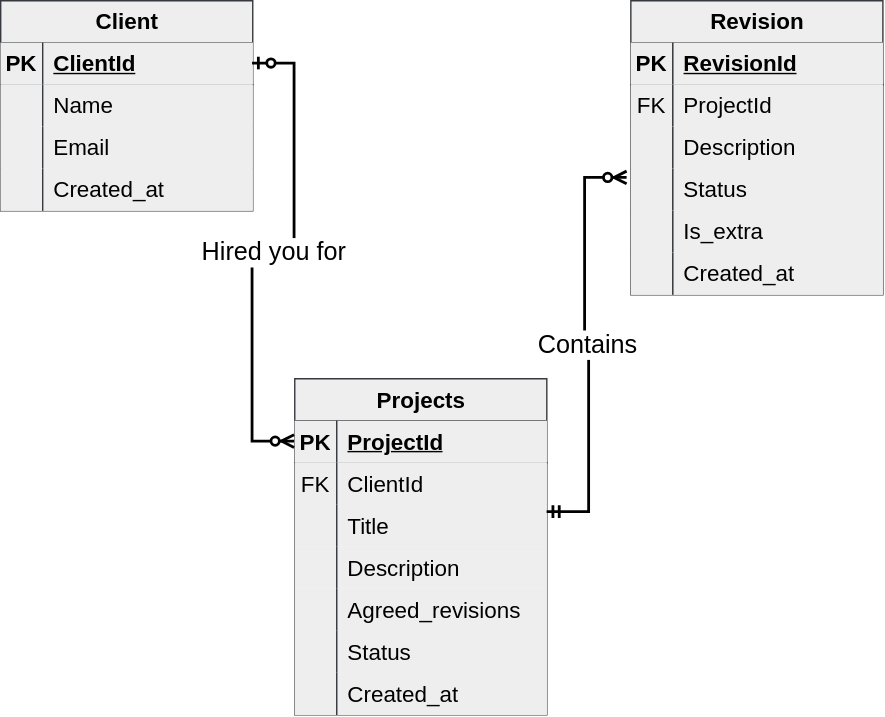
Earlier version of the draw.io export docs/erd.svg (maj-alero/revision-track). Source tidied: cells renumbered, new cells last; positions are measured from the earlier drawing's top-left corner, leaving out a move shared by most shapes.
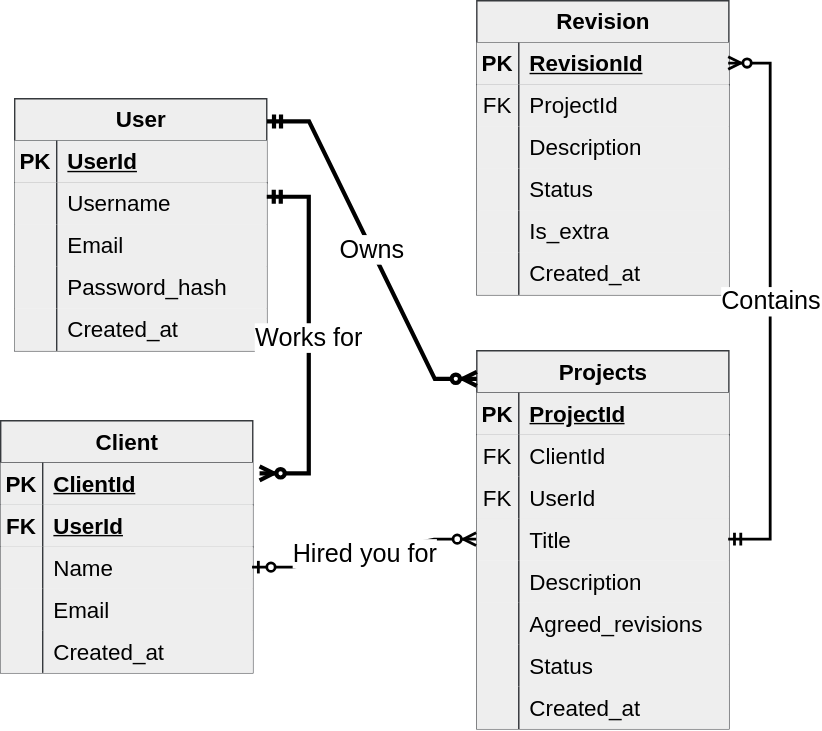
After the commit.

Change to the diagram source:
```diff
@@ -3,7 +3,7 @@
     <mxCell id="0" />
     <mxCell id="1" parent="0" />
     <mxCell id="2" value="Client" style="shape=table;startSize=30;rowLines=0;fontStyle=1;align=center;html=1;fontSize=16;fillColor=#eeeeee;strokeColor=#36393d;" parent="1" vertex="1">
-      <mxGeometry width="180" height="150" as="geometry" />
+      <mxGeometry x="-140" y="270" width="180" height="180" as="geometry" />
     </mxCell>
     <mxCell id="3" style="shape=tableRow;horizontal=0;startSize=0;swimlaneHead=0;swimlaneBody=0;fillColor=#eeeeee;points=[[0,0.5],[1,0.5]];portConstraint=eastwest;top=0;left=0;right=0;bottom=1;fontSize=16;strokeColor=#36393d;" parent="2" vertex="1">
       <mxGeometry y="30" width="180" height="30" as="geometry" />
@@ -14,8 +14,17 @@
     <mxCell id="5" value="ClientId" style="shape=partialRectangle;fillColor=#eeeeee;top=0;left=0;bottom=0;right=0;align=left;spacingLeft=6;fontStyle=5;overflow=hidden;whiteSpace=wrap;html=1;fontSize=16;strokeColor=#36393d;" parent="3" vertex="1">
       <mxGeometry x="30" width="150" height="30" as="geometry" />
     </mxCell>
+    <mxCell id="58" style="shape=tableRow;horizontal=0;startSize=0;swimlaneHead=0;swimlaneBody=0;fillColor=#eeeeee;top=0;left=0;right=0;bottom=1;fontSize=16;strokeColor=#36393d;" parent="2" vertex="1">
+      <mxGeometry y="60" width="180" height="30" as="geometry" />
+    </mxCell>
+    <mxCell id="59" value="FK" style="shape=partialRectangle;fillColor=#eeeeee;top=0;left=0;bottom=0;right=0;fontStyle=1;overflow=hidden;whiteSpace=wrap;html=1;fontSize=16;strokeColor=#36393d;" parent="58" vertex="1">
+      <mxGeometry width="30" height="30" as="geometry" />
+    </mxCell>
+    <mxCell id="60" value="UserId" style="shape=partialRectangle;fillColor=#eeeeee;top=0;left=0;bottom=0;right=0;align=left;spacingLeft=6;fontStyle=5;overflow=hidden;whiteSpace=wrap;html=1;fontSize=16;strokeColor=#36393d;" parent="58" vertex="1">
+      <mxGeometry x="30" width="150" height="30" as="geometry" />
+    </mxCell>
     <mxCell id="6" style="shape=tableRow;horizontal=0;startSize=0;swimlaneHead=0;swimlaneBody=0;fillColor=#eeeeee;points=[[0,0.5],[1,0.5]];portConstraint=eastwest;top=0;left=0;right=0;bottom=0;fontSize=16;strokeColor=#36393d;" parent="2" vertex="1">
-      <mxGeometry y="60" width="180" height="30" as="geometry" />
+      <mxGeometry y="90" width="180" height="30" as="geometry" />
     </mxCell>
     <mxCell id="7" style="shape=partialRectangle;fillColor=#eeeeee;top=0;left=0;bottom=0;right=0;overflow=hidden;whiteSpace=wrap;html=1;fontSize=16;strokeColor=#36393d;" parent="6" vertex="1">
       <mxGeometry width="30" height="30" as="geometry" />
@@ -24,7 +33,7 @@
       <mxGeometry x="30" width="150" height="30" as="geometry" />
     </mxCell>
     <mxCell id="9" style="shape=tableRow;horizontal=0;startSize=0;swimlaneHead=0;swimlaneBody=0;fillColor=#eeeeee;top=0;left=0;right=0;bottom=0;fontSize=16;strokeColor=#36393d;" parent="2" vertex="1">
-      <mxGeometry y="90" width="180" height="30" as="geometry" />
+      <mxGeometry y="120" width="180" height="30" as="geometry" />
     </mxCell>
     <mxCell id="10" style="shape=partialRectangle;fillColor=#eeeeee;top=0;left=0;bottom=0;right=0;overflow=hidden;whiteSpace=wrap;html=1;fontSize=16;strokeColor=#36393d;" parent="9" vertex="1">
       <mxGeometry width="30" height="30" as="geometry" />
@@ -33,7 +42,7 @@
       <mxGeometry x="30" width="150" height="30" as="geometry" />
     </mxCell>
     <mxCell id="12" style="shape=tableRow;horizontal=0;startSize=0;swimlaneHead=0;swimlaneBody=0;fillColor=#eeeeee;top=0;left=0;right=0;bottom=0;fontSize=16;strokeColor=#36393d;" parent="2" vertex="1">
-      <mxGeometry y="120" width="180" height="30" as="geometry" />
+      <mxGeometry y="150" width="180" height="30" as="geometry" />
     </mxCell>
     <mxCell id="13" style="shape=partialRectangle;fillColor=#eeeeee;top=0;left=0;bottom=0;right=0;overflow=hidden;whiteSpace=wrap;html=1;fontSize=16;strokeColor=#36393d;" parent="12" vertex="1">
       <mxGeometry width="30" height="30" as="geometry" />
@@ -42,7 +51,7 @@
       <mxGeometry x="30" width="150" height="30" as="geometry" />
     </mxCell>
     <mxCell id="15" value="Projects" style="shape=table;startSize=30;rowLines=0;fontStyle=1;align=center;html=1;fontSize=16;fillColor=#eeeeee;strokeColor=#36393d;" parent="1" vertex="1">
-      <mxGeometry x="210" y="270" width="180" height="240" as="geometry" />
+      <mxGeometry x="200" y="220" width="180" height="270" as="geometry" />
     </mxCell>
     <mxCell id="16" style="shape=tableRow;horizontal=0;startSize=0;swimlaneHead=0;swimlaneBody=0;fillColor=#eeeeee;points=[[0,0.5],[1,0.5]];portConstraint=eastwest;top=0;left=0;right=0;bottom=1;fontSize=16;strokeColor=#36393d;" parent="15" vertex="1">
       <mxGeometry y="30" width="180" height="30" as="geometry" />
@@ -62,8 +71,17 @@
     <mxCell id="21" value="ClientId" style="shape=partialRectangle;fillColor=#eeeeee;top=0;left=0;bottom=0;right=0;align=left;spacingLeft=6;overflow=hidden;whiteSpace=wrap;html=1;fontSize=16;strokeColor=#36393d;" parent="19" vertex="1">
       <mxGeometry x="30" width="150" height="30" as="geometry" />
     </mxCell>
+    <mxCell id="61" style="shape=tableRow;horizontal=0;startSize=0;swimlaneHead=0;swimlaneBody=0;fillColor=#eeeeee;top=0;left=0;right=0;bottom=0;fontSize=16;strokeColor=#36393d;" parent="15" vertex="1">
+      <mxGeometry y="90" width="180" height="30" as="geometry" />
+    </mxCell>
+    <mxCell id="62" value="FK" style="shape=partialRectangle;fillColor=#eeeeee;top=0;left=0;bottom=0;right=0;overflow=hidden;whiteSpace=wrap;html=1;fontSize=16;strokeColor=#36393d;" parent="61" vertex="1">
+      <mxGeometry width="30" height="30" as="geometry" />
+    </mxCell>
+    <mxCell id="63" value="UserId" style="shape=partialRectangle;fillColor=#eeeeee;top=0;left=0;bottom=0;right=0;align=left;spacingLeft=6;overflow=hidden;whiteSpace=wrap;html=1;fontSize=16;strokeColor=#36393d;" parent="61" vertex="1">
+      <mxGeometry x="30" width="150" height="30" as="geometry" />
+    </mxCell>
     <mxCell id="22" style="shape=tableRow;horizontal=0;startSize=0;swimlaneHead=0;swimlaneBody=0;fillColor=#eeeeee;points=[[0,0.5],[1,0.5]];portConstraint=eastwest;top=0;left=0;right=0;bottom=0;fontSize=16;strokeColor=#36393d;" parent="15" vertex="1">
-      <mxGeometry y="90" width="180" height="30" as="geometry" />
+      <mxGeometry y="120" width="180" height="30" as="geometry" />
     </mxCell>
     <mxCell id="23" style="shape=partialRectangle;fillColor=#eeeeee;top=0;left=0;bottom=0;right=0;overflow=hidden;whiteSpace=wrap;html=1;fontSize=16;strokeColor=#36393d;" parent="22" vertex="1">
       <mxGeometry width="30" height="30" as="geometry" />
@@ -72,7 +90,7 @@
       <mxGeometry x="30" width="150" height="30" as="geometry" />
     </mxCell>
     <mxCell id="25" style="shape=tableRow;horizontal=0;startSize=0;swimlaneHead=0;swimlaneBody=0;fillColor=#eeeeee;top=0;left=0;right=0;bottom=0;fontSize=16;strokeColor=#36393d;" parent="15" vertex="1">
-      <mxGeometry y="120" width="180" height="30" as="geometry" />
+      <mxGeometry y="150" width="180" height="30" as="geometry" />
     </mxCell>
     <mxCell id="26" style="shape=partialRectangle;fillColor=#eeeeee;top=0;left=0;bottom=0;right=0;overflow=hidden;whiteSpace=wrap;html=1;fontSize=16;strokeColor=#36393d;" parent="25" vertex="1">
       <mxGeometry width="30" height="30" as="geometry" />
@@ -81,7 +99,7 @@
       <mxGeometry x="30" width="150" height="30" as="geometry" />
     </mxCell>
     <mxCell id="28" style="shape=tableRow;horizontal=0;startSize=0;swimlaneHead=0;swimlaneBody=0;fillColor=#eeeeee;top=0;left=0;right=0;bottom=0;fontSize=16;strokeColor=#36393d;" parent="15" vertex="1">
-      <mxGeometry y="150" width="180" height="30" as="geometry" />
+      <mxGeometry y="180" width="180" height="30" as="geometry" />
     </mxCell>
     <mxCell id="29" style="shape=partialRectangle;fillColor=#eeeeee;top=0;left=0;bottom=0;right=0;overflow=hidden;whiteSpace=wrap;html=1;fontSize=16;strokeColor=#36393d;" parent="28" vertex="1">
       <mxGeometry width="30" height="30" as="geometry" />
@@ -90,7 +108,7 @@
       <mxGeometry x="30" width="150" height="30" as="geometry" />
     </mxCell>
     <mxCell id="31" style="shape=tableRow;horizontal=0;startSize=0;swimlaneHead=0;swimlaneBody=0;fillColor=#eeeeee;top=0;left=0;right=0;bottom=0;fontSize=16;strokeColor=#36393d;" parent="15" vertex="1">
-      <mxGeometry y="180" width="180" height="30" as="geometry" />
+      <mxGeometry y="210" width="180" height="30" as="geometry" />
     </mxCell>
     <mxCell id="32" style="shape=partialRectangle;fillColor=#eeeeee;top=0;left=0;bottom=0;right=0;overflow=hidden;whiteSpace=wrap;html=1;fontSize=16;strokeColor=#36393d;" parent="31" vertex="1">
       <mxGeometry width="30" height="30" as="geometry" />
@@ -99,7 +117,7 @@
       <mxGeometry x="30" width="150" height="30" as="geometry" />
     </mxCell>
     <mxCell id="34" style="shape=tableRow;horizontal=0;startSize=0;swimlaneHead=0;swimlaneBody=0;fillColor=#eeeeee;top=0;left=0;right=0;bottom=0;fontSize=16;strokeColor=#36393d;" parent="15" vertex="1">
-      <mxGeometry y="210" width="180" height="30" as="geometry" />
+      <mxGeometry y="240" width="180" height="30" as="geometry" />
     </mxCell>
     <mxCell id="35" style="shape=partialRectangle;fillColor=#eeeeee;top=0;left=0;bottom=0;right=0;overflow=hidden;whiteSpace=wrap;html=1;fontSize=16;strokeColor=#36393d;" parent="34" vertex="1">
       <mxGeometry width="30" height="30" as="geometry" />
@@ -108,7 +126,7 @@
       <mxGeometry x="30" width="150" height="30" as="geometry" />
     </mxCell>
     <mxCell id="37" value="Revision" style="shape=table;startSize=30;rowLines=0;fontStyle=1;align=center;html=1;fontSize=16;fillColor=#eeeeee;strokeColor=#36393d;" parent="1" vertex="1">
-      <mxGeometry x="450" width="180" height="210" as="geometry" />
+      <mxGeometry x="200" y="-30" width="180" height="210" as="geometry" />
     </mxCell>
     <mxCell id="38" style="shape=tableRow;horizontal=0;startSize=0;swimlaneHead=0;swimlaneBody=0;fillColor=#eeeeee;points=[[0,0.5],[1,0.5]];portConstraint=eastwest;top=0;left=0;right=0;bottom=1;fontSize=16;strokeColor=#36393d;" parent="37" vertex="1">
       <mxGeometry y="30" width="180" height="30" as="geometry" />
@@ -164,11 +182,69 @@
     <mxCell id="55" value="Created_at" style="shape=partialRectangle;fillColor=#eeeeee;top=0;left=0;bottom=0;right=0;align=left;spacingLeft=6;overflow=hidden;whiteSpace=wrap;html=1;fontSize=16;strokeColor=#36393d;" parent="53" vertex="1">
       <mxGeometry x="30" width="150" height="30" as="geometry" />
     </mxCell>
-    <mxCell id="56" value="Hired you for" style="edgeStyle=entityRelationEdgeStyle;fontSize=18;html=1;endArrow=ERzeroToMany;startArrow=ERzeroToOne;rounded=0;entryX=0;entryY=0.5;entryDx=0;entryDy=0;exitX=1;exitY=0.5;exitDx=0;exitDy=0;fillColor=#eeeeee;strokeColor=default;fontColor=default;labelBackgroundColor=default;strokeWidth=2;" parent="1" edge="1" source="3" target="16">
+    <mxCell id="56" value="Hired you for" style="edgeStyle=entityRelationEdgeStyle;fontSize=18;html=1;endArrow=ERzeroToMany;startArrow=ERzeroToOne;rounded=0;entryX=0;entryY=0.5;entryDx=0;entryDy=0;exitX=1;exitY=0.5;exitDx=0;exitDy=0;fillColor=#eeeeee;strokeColor=light-dark(#000000,#000000);fontColor=light-dark(#000000,#000000);labelBackgroundColor=light-dark(#FFFFFF,#FFFFFF);strokeWidth=2;" parent="1" edge="1" source="6" target="15">
       <mxGeometry relative="1" as="geometry" />
     </mxCell>
-    <mxCell id="57" value="&lt;font&gt;Contains&lt;/font&gt;" style="edgeStyle=entityRelationEdgeStyle;fontSize=18;html=1;endArrow=ERzeroToMany;startArrow=ERmandOne;rounded=0;entryX=-0.014;entryY=0.223;entryDx=0;entryDy=0;entryPerimeter=0;exitX=1.002;exitY=0.179;exitDx=0;exitDy=0;exitPerimeter=0;fillColor=#eeeeee;strokeColor=default;fontColor=default;labelBackgroundColor=default;strokeWidth=2;" parent="1" edge="1" source="22" target="47">
+    <mxCell id="57" value="&lt;font&gt;Contains&lt;/font&gt;" style="edgeStyle=entityRelationEdgeStyle;fontSize=18;html=1;endArrow=ERzeroToMany;startArrow=ERmandOne;rounded=0;exitX=1;exitY=0.5;exitDx=0;exitDy=0;fillColor=#eeeeee;strokeColor=light-dark(#000000,#000000);fontColor=light-dark(#000000,#000000);labelBackgroundColor=light-dark(#FFFFFF,#FFFFFF);strokeWidth=2;" parent="1" edge="1" source="15" target="38">
       <mxGeometry relative="1" as="geometry" />
     </mxCell>
+    <mxCell id="64" value="&lt;font style=&quot;font-size: 16px;&quot;&gt;User&lt;/font&gt;" style="shape=table;startSize=30;rowLines=0;fontStyle=1;align=center;html=1;fontSize=15;fillColor=#eeeeee;strokeColor=#36393d;" parent="1" vertex="1">
+      <mxGeometry x="-130" y="40" width="180" height="180" as="geometry" />
+    </mxCell>
+    <mxCell id="65" style="shape=tableRow;horizontal=0;startSize=0;swimlaneHead=0;swimlaneBody=0;fillColor=#eeeeee;top=0;left=0;right=0;bottom=1;fontSize=15;strokeColor=#36393d;" parent="64" vertex="1">
+      <mxGeometry y="30" width="180" height="30" as="geometry" />
+    </mxCell>
+    <mxCell id="66" value="PK" style="shape=partialRectangle;fillColor=#eeeeee;top=0;left=0;bottom=0;right=0;fontStyle=1;overflow=hidden;whiteSpace=wrap;html=1;fontSize=16;strokeColor=#36393d;" parent="65" vertex="1">
+      <mxGeometry width="30" height="30" as="geometry" />
+    </mxCell>
+    <mxCell id="67" value="UserId" style="shape=partialRectangle;fillColor=#eeeeee;top=0;left=0;bottom=0;right=0;align=left;spacingLeft=6;fontStyle=5;overflow=hidden;whiteSpace=wrap;html=1;fontSize=16;strokeColor=#36393d;" parent="65" vertex="1">
+      <mxGeometry x="30" width="150" height="30" as="geometry" />
+    </mxCell>
+    <mxCell id="68" style="shape=tableRow;horizontal=0;startSize=0;swimlaneHead=0;swimlaneBody=0;fillColor=#eeeeee;top=0;left=0;right=0;bottom=0;fontSize=15;strokeColor=#36393d;" parent="64" vertex="1">
+      <mxGeometry y="60" width="180" height="30" as="geometry" />
+    </mxCell>
+    <mxCell id="69" style="shape=partialRectangle;fillColor=#eeeeee;top=0;left=0;bottom=0;right=0;overflow=hidden;whiteSpace=wrap;html=1;fontSize=15;strokeColor=#36393d;" parent="68" vertex="1">
+      <mxGeometry width="30" height="30" as="geometry" />
+    </mxCell>
+    <mxCell id="70" value="Username" style="shape=partialRectangle;fillColor=#eeeeee;top=0;left=0;bottom=0;right=0;align=left;spacingLeft=6;overflow=hidden;whiteSpace=wrap;html=1;fontSize=16;strokeColor=#36393d;" parent="68" vertex="1">
+      <mxGeometry x="30" width="150" height="30" as="geometry" />
+    </mxCell>
+    <mxCell id="71" style="shape=tableRow;horizontal=0;startSize=0;swimlaneHead=0;swimlaneBody=0;fillColor=#eeeeee;top=0;left=0;right=0;bottom=0;fontSize=15;strokeColor=#36393d;" parent="64" vertex="1">
+      <mxGeometry y="90" width="180" height="30" as="geometry" />
+    </mxCell>
+    <mxCell id="72" style="shape=partialRectangle;fillColor=#eeeeee;top=0;left=0;bottom=0;right=0;overflow=hidden;whiteSpace=wrap;html=1;fontSize=15;strokeColor=#36393d;" parent="71" vertex="1">
+      <mxGeometry width="30" height="30" as="geometry" />
+    </mxCell>
+    <mxCell id="73" value="Email" style="shape=partialRectangle;fillColor=#eeeeee;top=0;left=0;bottom=0;right=0;align=left;spacingLeft=6;overflow=hidden;whiteSpace=wrap;html=1;fontSize=16;strokeColor=#36393d;" parent="71" vertex="1">
+      <mxGeometry x="30" width="150" height="30" as="geometry" />
+    </mxCell>
+    <mxCell id="74" style="shape=tableRow;horizontal=0;startSize=0;swimlaneHead=0;swimlaneBody=0;fillColor=#eeeeee;top=0;left=0;right=0;bottom=0;fontSize=15;strokeColor=#36393d;" parent="64" vertex="1">
+      <mxGeometry y="120" width="180" height="30" as="geometry" />
+    </mxCell>
+    <mxCell id="75" style="shape=partialRectangle;fillColor=#eeeeee;top=0;left=0;bottom=0;right=0;overflow=hidden;whiteSpace=wrap;html=1;fontSize=15;strokeColor=#36393d;" parent="74" vertex="1">
+      <mxGeometry width="30" height="30" as="geometry" />
+    </mxCell>
+    <mxCell id="76" value="Password_hash" style="shape=partialRectangle;fillColor=#eeeeee;top=0;left=0;bottom=0;right=0;align=left;spacingLeft=6;overflow=hidden;whiteSpace=wrap;html=1;fontSize=16;strokeColor=#36393d;" parent="74" vertex="1">
+      <mxGeometry x="30" width="150" height="30" as="geometry" />
+    </mxCell>
+    <mxCell id="77" style="shape=tableRow;horizontal=0;startSize=0;swimlaneHead=0;swimlaneBody=0;fillColor=#eeeeee;top=0;left=0;right=0;bottom=0;fontSize=15;strokeColor=#36393d;" parent="64" vertex="1">
+      <mxGeometry y="150" width="180" height="30" as="geometry" />
+    </mxCell>
+    <mxCell id="78" style="shape=partialRectangle;fillColor=#eeeeee;top=0;left=0;bottom=0;right=0;overflow=hidden;whiteSpace=wrap;html=1;fontSize=15;strokeColor=#36393d;" parent="77" vertex="1">
+      <mxGeometry width="30" height="30" as="geometry" />
+    </mxCell>
+    <mxCell id="79" value="Created_at" style="shape=partialRectangle;fillColor=#eeeeee;top=0;left=0;bottom=0;right=0;align=left;spacingLeft=6;overflow=hidden;whiteSpace=wrap;html=1;fontSize=16;strokeColor=#36393d;" parent="77" vertex="1">
+      <mxGeometry x="30" width="150" height="30" as="geometry" />
+    </mxCell>
+    <mxCell id="80" value="&lt;font style=&quot;font-size: 18px; color: light-dark(rgb(0, 0, 0), rgb(0, 0, 0)); background-color: light-dark(rgb(255, 255, 255), rgb(255, 255, 255));&quot;&gt;Works for&lt;/font&gt;" style="edgeStyle=entityRelationEdgeStyle;fontSize=13;html=1;endArrow=ERzeroToMany;startArrow=ERmandOne;rounded=0;entryX=1.027;entryY=0.249;entryDx=0;entryDy=0;entryPerimeter=0;strokeWidth=3;strokeColor=light-dark(#000000,#000000);" parent="1" edge="1" target="3">
+      <mxGeometry relative="1" as="geometry">
+        <mxPoint x="50" y="110" as="sourcePoint" />
+      </mxGeometry>
+    </mxCell>
+    <mxCell id="81" value="&lt;font style=&quot;font-size: 18px; color: light-dark(rgb(0, 0, 0), rgb(0, 0, 0)); background-color: light-dark(rgb(255, 255, 255), rgb(255, 255, 255));&quot;&gt;Owns&lt;/font&gt;" style="edgeStyle=entityRelationEdgeStyle;fontSize=13;html=1;endArrow=ERzeroToMany;startArrow=ERmandOne;rounded=0;strokeWidth=3;strokeColor=light-dark(#000000,#000000);exitX=1.001;exitY=0.09;exitDx=0;exitDy=0;exitPerimeter=0;" parent="1" edge="1" source="64">
+      <mxGeometry relative="1" as="geometry">
+        <mxPoint x="200" y="240" as="targetPoint" />
+      </mxGeometry>
+    </mxCell>
   </root>
 </mxGraphModel>
```
